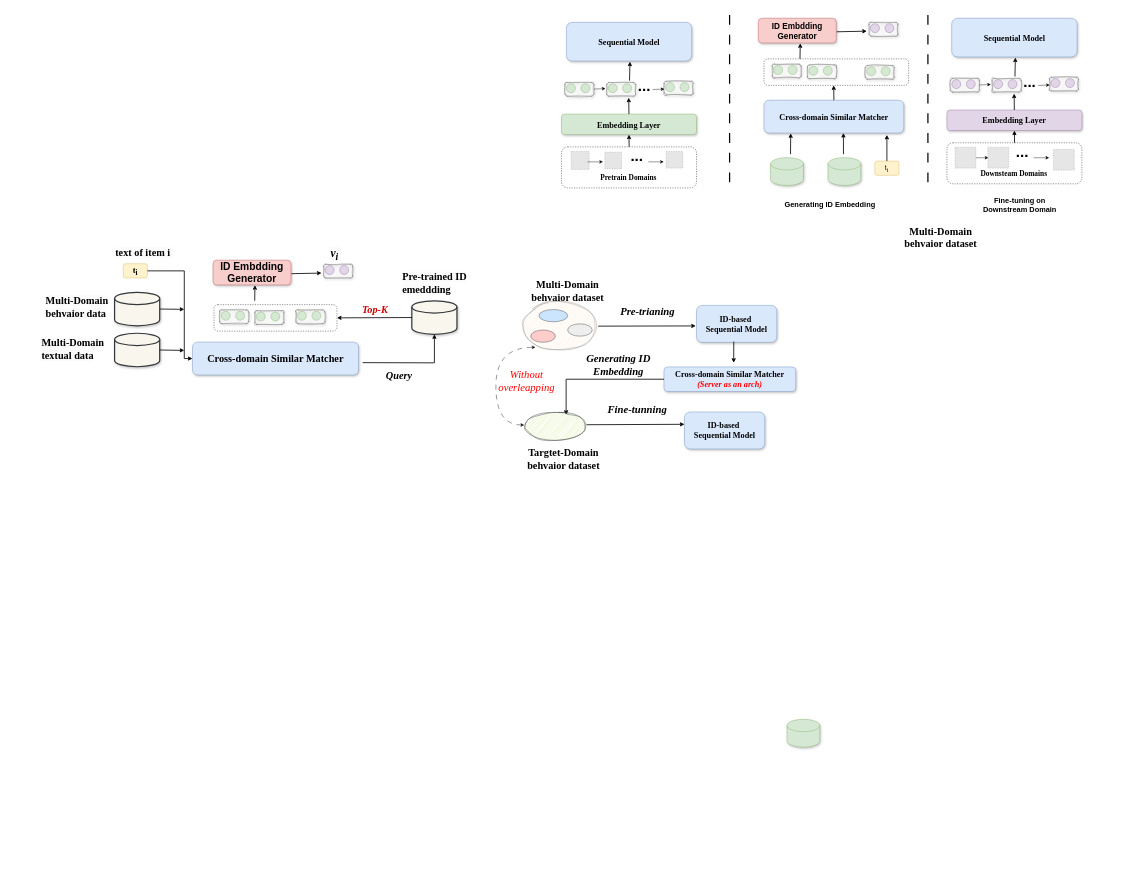
BAWWH/baoyan-blog keeps this draw.io diagram as 未.drawio. Above is the earlier version. Source tidied: cells renumbered, new cells numbered last; positions are measured from the earlier drawing's top-left corner, leaving out a move shared by most shapes. Both pictures are drawn from the tidied source at 41%, with x=0, y=0 at pixel (41, 7). Pictures stored in the file or linked from it are replaced by grey dashed boxes.
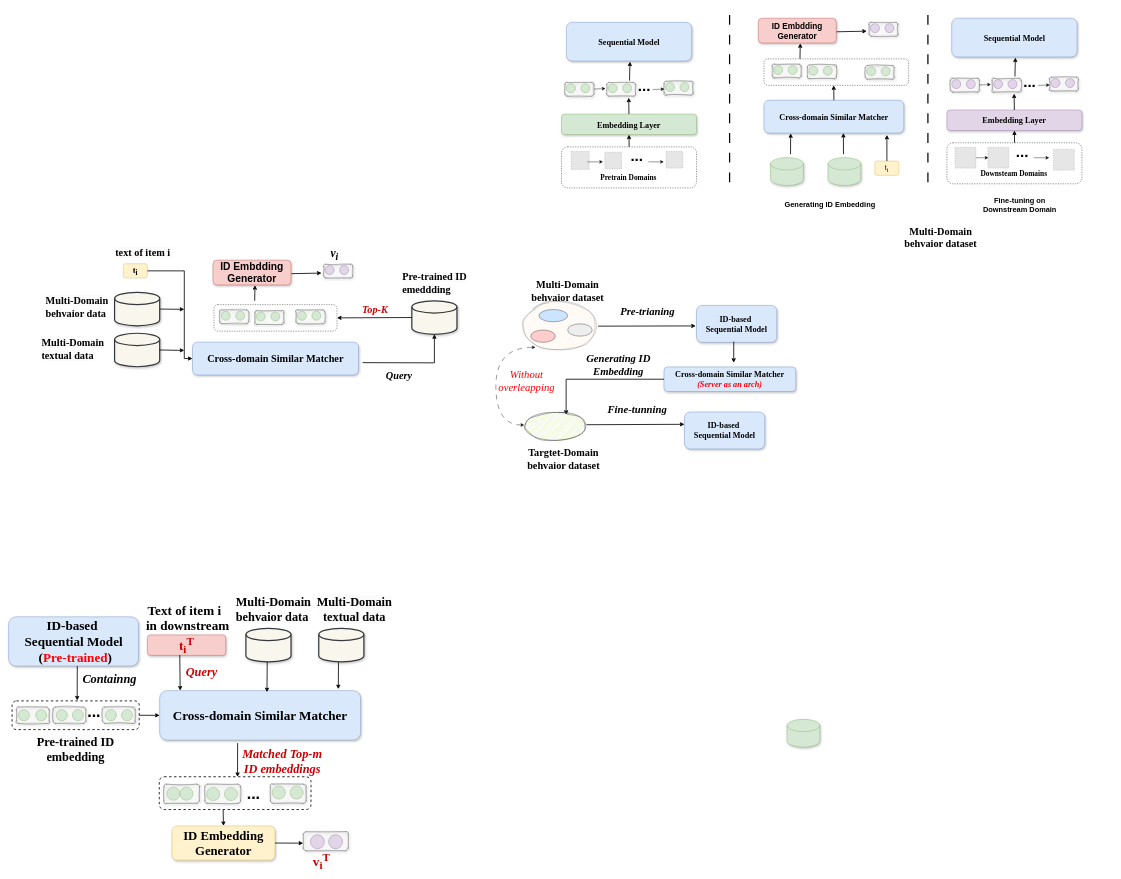
Above is the later version.

Unchanged cells that the change refers to:
```xml
<mxCell id="123" style="group;" parent="1" vertex="1">
  <mxGeometry x="690" y="626" width="70.6" height="33.6" as="geometry" />
</mxCell>
```

The edit, as a diff of the source:
```diff
@@
+    <mxCell id="162" style="rounded=1;whiteSpace=wrap;html=1;dashed=1;strokeWidth=2;" parent="1" vertex="1">
+      <mxGeometry x="-70" y="1691" width="310" height="70" as="geometry" />
+    </mxCell>
+    <mxCell id="163" style="rounded=1;whiteSpace=wrap;html=1;fillColor=#f5f5f5;fontColor=#333333;strokeColor=#666666;opacity=80;strokeWidth=1;sketch=1;curveFitting=1;jiggle=2;glass=0;shadow=1;" parent="1" vertex="1">
+      <mxGeometry x="150" y="1706" width="80" height="40" as="geometry" />
+    </mxCell>
+    <mxCell id="164" style="group;" parent="1" vertex="1">
+      <mxGeometry x="150" y="1706" width="80" height="40" as="geometry" />
+    </mxCell>
+    <mxCell id="165" style="ellipse;whiteSpace=wrap;html=1;fillColor=#d5e8d4;strokeColor=#82b366;" parent="164" vertex="1">
+      <mxGeometry x="47" y="6.5" width="27" height="27" as="geometry" />
+    </mxCell>
+    <mxCell id="166" style="ellipse;whiteSpace=wrap;html=1;fillColor=#d5e8d4;strokeColor=#82b366;" parent="164" vertex="1">
+      <mxGeometry x="7.6" y="6.5" width="27" height="27" as="geometry" />
+    </mxCell>
+    <mxCell id="167" style="rounded=1;whiteSpace=wrap;html=1;fillColor=#f5f5f5;fontColor=#333333;strokeColor=#666666;opacity=80;strokeWidth=1;sketch=1;curveFitting=1;jiggle=2;glass=0;shadow=1;" parent="1" vertex="1">
+      <mxGeometry x="30" y="1706" width="80" height="40" as="geometry" />
+    </mxCell>
@@
+    <mxCell id="168" style="group;" parent="123" vertex="1">
+      <mxGeometry width="70.6" height="33.6" as="geometry" />
+    </mxCell>
-    <mxCell id="124" style="rounded=1;whiteSpace=wrap;html=1;fillColor=#f5f5f5;fontColor=#333333;strokeColor=#666666;opacity=80;strokeWidth=1;sketch=1;curveFitting=1;jiggle=2;glass=0;shadow=1;" parent="123" vertex="1">
+    <mxCell id="124" style="rounded=1;whiteSpace=wrap;html=1;fillColor=#f5f5f5;fontColor=#333333;strokeColor=#666666;opacity=80;strokeWidth=1;sketch=1;curveFitting=1;jiggle=2;glass=0;shadow=1;" parent="168" vertex="1">
       <mxGeometry width="70.6" height="33.6" as="geometry" />
     </mxCell>
-    <mxCell id="125" style="ellipse;whiteSpace=wrap;html=1;fillColor=#e1d5e7;strokeColor=#9673a6;" parent="123" vertex="1">
+    <mxCell id="125" style="ellipse;whiteSpace=wrap;html=1;fillColor=#e1d5e7;strokeColor=#9673a6;" parent="168" vertex="1">
       <mxGeometry x="3.5" y="3.2" width="22" height="22" as="geometry" />
     </mxCell>
-    <mxCell id="126" style="ellipse;whiteSpace=wrap;html=1;fillColor=#e1d5e7;strokeColor=#9673a6;" parent="123" vertex="1">
+    <mxCell id="126" style="ellipse;whiteSpace=wrap;html=1;fillColor=#e1d5e7;strokeColor=#9673a6;" parent="168" vertex="1">
       <mxGeometry x="38.8" y="3.2" width="22" height="22" as="geometry" />
     </mxCell>
@@
+    <mxCell id="169" value="&lt;font style=&quot;font-size: 32px;&quot;&gt;&lt;font style=&quot;font-size: 32px;&quot;&gt;&lt;b style=&quot;&quot;&gt;ID-based&amp;nbsp;&lt;br&gt;Sequential Model&lt;br&gt;&amp;nbsp;(&lt;/b&gt;&lt;/font&gt;&lt;b style=&quot;border-color: var(--border-color);&quot;&gt;&lt;font style=&quot;font-size: 32px;&quot; color=&quot;#ff0000&quot;&gt;Pre-trained&lt;/font&gt;&lt;/b&gt;&lt;/font&gt;&lt;font style=&quot;font-size: 32px;&quot;&gt;&lt;b style=&quot;&quot;&gt;&lt;font style=&quot;font-size: 32px;&quot;&gt;)&lt;/font&gt;&lt;br&gt;&lt;/b&gt;&lt;/font&gt;" style="rounded=1;whiteSpace=wrap;html=1;fillColor=#dae8fc;strokeColor=#6c8ebf;shadow=1;rotation=0;fontFamily=Times New Roman;" parent="1" vertex="1">
+      <mxGeometry x="-78.4" y="1486" width="316.8" height="120" as="geometry" />
+    </mxCell>
+    <mxCell id="170" style="endArrow=classic;html=1;rounded=0;strokeWidth=2;entryX=0.512;entryY=-0.015;entryDx=0;entryDy=0;entryPerimeter=0;" parent="1" edge="1" target="162">
+      <mxGeometry relative="1" as="geometry">
+        <mxPoint x="89" y="1606" as="sourcePoint" />
+      </mxGeometry>
+    </mxCell>
+    <mxCell id="171" value="&lt;div style=&quot;text-align: center;&quot;&gt;&lt;span style=&quot;background-color: initial;&quot;&gt;&lt;font size=&quot;1&quot; style=&quot;&quot; face=&quot;Times New Roman&quot;&gt;&lt;b style=&quot;&quot;&gt;&lt;i style=&quot;font-size: 30px;&quot;&gt;Containng&lt;/i&gt;&lt;/b&gt;&lt;/font&gt;&lt;/span&gt;&lt;/div&gt;" style="text;whiteSpace=wrap;html=1;" parent="1" vertex="1">
+      <mxGeometry x="100" y="1613.6" width="160" height="50" as="geometry" />
+    </mxCell>
+    <mxCell id="172" value="&lt;font size=&quot;1&quot; face=&quot;Times New Roman&quot; style=&quot;&quot;&gt;&lt;b style=&quot;font-size: 32px;&quot;&gt;Cross-domain Similar Matcher&lt;/b&gt;&lt;/font&gt;" style="rounded=1;whiteSpace=wrap;html=1;fillColor=#dae8fc;strokeColor=#6c8ebf;shadow=1;" parent="1" vertex="1">
+      <mxGeometry x="290" y="1666" width="490" height="120.6" as="geometry" />
+    </mxCell>
+    <mxCell id="173" style="endArrow=classic;html=1;rounded=0;strokeWidth=2;entryX=0.516;entryY=0.005;entryDx=0;entryDy=0;entryPerimeter=0;" parent="1" edge="1" target="176">
+      <mxGeometry relative="1" as="geometry">
+        <mxPoint x="480" y="1794" as="sourcePoint" />
+      </mxGeometry>
+    </mxCell>
+    <mxCell id="174" value="&lt;font face=&quot;Times New Roman&quot; size=&quot;1&quot; style=&quot;&quot;&gt;&lt;b style=&quot;font-size: 31px;&quot;&gt;ID Embedding Generator&lt;/b&gt;&lt;/font&gt;" style="rounded=1;whiteSpace=wrap;html=1;shadow=1;fillColor=#fff2cc;strokeColor=#d6b656;" parent="1" vertex="1">
+      <mxGeometry x="320" y="1996" width="251.2" height="83.4" as="geometry" />
+    </mxCell>
+    <mxCell id="175" style="group;" parent="1" vertex="1">
+      <mxGeometry x="290" y="1876" width="370" height="90" as="geometry" />
+    </mxCell>
+    <mxCell id="176" style="rounded=1;whiteSpace=wrap;html=1;dashed=1;strokeWidth=2;" parent="175" vertex="1">
+      <mxGeometry x="-1" width="370" height="80" as="geometry" />
+    </mxCell>
+    <mxCell id="177" style="group;" parent="175" vertex="1">
+      <mxGeometry x="17.3" y="18" width="87" height="46.8" as="geometry" />
+    </mxCell>
+    <mxCell id="178" style="rounded=1;whiteSpace=wrap;html=1;fillColor=#f5f5f5;fontColor=#333333;strokeColor=#666666;opacity=80;strokeWidth=1;sketch=1;curveFitting=1;jiggle=2;glass=0;shadow=1;" parent="177" vertex="1">
+      <mxGeometry x="-7.2" width="87" height="46.8" as="geometry" />
+    </mxCell>
+    <mxCell id="179" style="ellipse;whiteSpace=wrap;html=1;fillColor=#d5e8d4;strokeColor=#82b366;" parent="177" vertex="1">
+      <mxGeometry y="7.4" width="32" height="32" as="geometry" />
+    </mxCell>
+    <mxCell id="180" style="ellipse;whiteSpace=wrap;html=1;fillColor=#d5e8d4;strokeColor=#82b366;" parent="177" vertex="1">
+      <mxGeometry x="32" y="7.4" width="32" height="32" as="geometry" />
+    </mxCell>
+    <mxCell id="181" style="rounded=1;whiteSpace=wrap;html=1;fillColor=#f5f5f5;fontColor=#333333;strokeColor=#666666;opacity=80;strokeWidth=1;sketch=1;curveFitting=1;jiggle=2;glass=0;shadow=1;" parent="175" vertex="1">
+      <mxGeometry x="110" y="18" width="87" height="46.8" as="geometry" />
+    </mxCell>
+    <mxCell id="182" style="group;" parent="175" vertex="1">
+      <mxGeometry x="110" y="21.6" width="87" height="46.8" as="geometry" />
+    </mxCell>
+    <mxCell id="183" style="ellipse;whiteSpace=wrap;html=1;fillColor=#d5e8d4;strokeColor=#82b366;" parent="182" vertex="1">
+      <mxGeometry x="4.4" y="4.5" width="32" height="32" as="geometry" />
+    </mxCell>
+    <mxCell id="184" style="ellipse;whiteSpace=wrap;html=1;fillColor=#d5e8d4;strokeColor=#82b366;" parent="182" vertex="1">
+      <mxGeometry x="47.9" y="4.5" width="32" height="32" as="geometry" />
+    </mxCell>
+    <mxCell id="185" style="group;" parent="175" vertex="1">
+      <mxGeometry x="270" y="18" width="87" height="46.8" as="geometry" />
+    </mxCell>
+    <mxCell id="186" style="rounded=1;whiteSpace=wrap;html=1;fillColor=#f5f5f5;fontColor=#333333;strokeColor=#666666;opacity=80;strokeWidth=1;sketch=1;curveFitting=1;jiggle=2;glass=0;shadow=1;" parent="185" vertex="1">
+      <mxGeometry width="87" height="46.8" as="geometry" />
+    </mxCell>
+    <mxCell id="187" style="ellipse;whiteSpace=wrap;html=1;fillColor=#d5e8d4;strokeColor=#82b366;" parent="185" vertex="1">
+      <mxGeometry x="4.4" y="4.5" width="32" height="32" as="geometry" />
+    </mxCell>
+    <mxCell id="188" style="ellipse;whiteSpace=wrap;html=1;fillColor=#d5e8d4;strokeColor=#82b366;" parent="185" vertex="1">
+      <mxGeometry x="47.9" y="4.5" width="32" height="32" as="geometry" />
+    </mxCell>
+    <mxCell id="189" value="&lt;font size=&quot;1&quot; style=&quot;&quot;&gt;&lt;b style=&quot;font-size: 39px;&quot;&gt;...&lt;/b&gt;&lt;/font&gt;" style="text;strokeColor=none;align=center;fillColor=none;html=1;verticalAlign=middle;whiteSpace=wrap;rounded=0;" parent="175" vertex="1">
+      <mxGeometry x="170" y="30.4" width="117.6" height="22" as="geometry" />
+    </mxCell>
+    <mxCell id="190" value="&lt;div style=&quot;text-align: center;&quot;&gt;&lt;font size=&quot;1&quot; face=&quot;Times New Roman&quot; color=&quot;#cc0000&quot;&gt;&lt;b style=&quot;&quot;&gt;&lt;i style=&quot;font-size: 30px;&quot;&gt;Matched Top-m ID embeddings&lt;/i&gt;&lt;/b&gt;&lt;/font&gt;&lt;/div&gt;" style="text;whiteSpace=wrap;html=1;" parent="1" vertex="1">
+      <mxGeometry x="483.2" y="1796" width="210" height="50" as="geometry" />
+    </mxCell>
+    <mxCell id="191" style="shape=cylinder3;whiteSpace=wrap;html=1;boundedLbl=1;backgroundOutline=1;size=15;shadow=1;strokeWidth=3;fillColor=#f9f7ed;strokeColor=#36393d;" parent="1" vertex="1">
+      <mxGeometry x="500.3" y="1514.2" width="110" height="81.7" as="geometry" />
+    </mxCell>
+    <mxCell id="192" value="&lt;b style=&quot;border-color: var(--border-color); color: rgb(0, 0, 0); font-family: &amp;quot;Times New Roman&amp;quot;; font-style: normal; font-variant-ligatures: normal; font-variant-caps: normal; letter-spacing: normal; orphans: 2; text-align: center; text-indent: 0px; text-transform: none; widows: 2; word-spacing: 0px; -webkit-text-stroke-width: 0px; background-color: rgb(251, 251, 251); text-decoration-thickness: initial; text-decoration-style: initial; text-decoration-color: initial;&quot;&gt;&lt;font style=&quot;font-size: 30px;&quot;&gt;Multi-Domain behvaior data&lt;/font&gt;&lt;/b&gt;" style="text;whiteSpace=wrap;html=1;" parent="1" vertex="1">
+      <mxGeometry x="473.9" y="1426" width="196.1" height="50" as="geometry" />
+    </mxCell>
+    <mxCell id="193" value="&lt;b style=&quot;border-color: var(--border-color); color: rgb(0, 0, 0); font-family: &amp;quot;Times New Roman&amp;quot;; font-size: 30px; font-style: normal; font-variant-ligatures: normal; font-variant-caps: normal; letter-spacing: normal; orphans: 2; text-indent: 0px; text-transform: none; widows: 2; word-spacing: 0px; -webkit-text-stroke-width: 0px; background-color: rgb(251, 251, 251); text-decoration-thickness: initial; text-decoration-style: initial; text-decoration-color: initial;&quot;&gt;Multi-Domain textual data&lt;br&gt;&lt;br&gt;&lt;/b&gt;" style="text;whiteSpace=wrap;html=1;align=center;" parent="1" vertex="1">
+      <mxGeometry x="670" y="1426" width="190" height="50" as="geometry" />
+    </mxCell>
+    <mxCell id="194" style="shape=cylinder3;whiteSpace=wrap;html=1;boundedLbl=1;backgroundOutline=1;size=15;shadow=1;strokeWidth=3;fillColor=#f9f7ed;strokeColor=#36393d;" parent="1" vertex="1">
+      <mxGeometry x="678" y="1514.2" width="110" height="81.7" as="geometry" />
+    </mxCell>
+    <mxCell id="195" style="endArrow=classic;html=1;rounded=0;strokeWidth=2;exitX=0.472;exitY=1.005;exitDx=0;exitDy=0;exitPerimeter=0;entryX=0.534;entryY=0.031;entryDx=0;entryDy=0;entryPerimeter=0;" parent="1" edge="1" source="191" target="172">
+      <mxGeometry relative="1" as="geometry" />
+    </mxCell>
+    <mxCell id="196" style="endArrow=classic;html=1;rounded=0;strokeWidth=2;exitX=0.437;exitY=1.015;exitDx=0;exitDy=0;exitPerimeter=0;entryX=0.889;entryY=-0.03;entryDx=0;entryDy=0;entryPerimeter=0;verticalAlign=middle;" parent="1" edge="1" source="194" target="172">
+      <mxGeometry relative="1" as="geometry" />
+    </mxCell>
+    <mxCell id="197" style="endArrow=classic;html=1;rounded=0;strokeWidth=2;entryX=0;entryY=0.5;entryDx=0;entryDy=0;" parent="1" edge="1" target="172">
+      <mxGeometry relative="1" as="geometry">
+        <mxPoint x="240" y="1726" as="sourcePoint" />
+      </mxGeometry>
+    </mxCell>
+    <mxCell id="198" style="endArrow=classic;html=1;rounded=0;strokeWidth=2;entryX=0.5;entryY=0;entryDx=0;entryDy=0;exitX=0.421;exitY=1.003;exitDx=0;exitDy=0;exitPerimeter=0;" parent="1" edge="1" source="176" target="174">
+      <mxGeometry relative="1" as="geometry" />
+    </mxCell>
+    <mxCell id="199" style="endArrow=classic;html=1;rounded=0;strokeWidth=2;exitX=1;exitY=0.5;exitDx=0;exitDy=0;" parent="1" edge="1" source="174">
+      <mxGeometry relative="1" as="geometry">
+        <mxPoint x="640" y="2038" as="targetPoint" />
+      </mxGeometry>
+    </mxCell>
+    <mxCell id="200" value="&lt;font color=&quot;#cc0000&quot; style=&quot;font-size: 32px;&quot; face=&quot;Times New Roman&quot;&gt;&lt;b style=&quot;&quot;&gt;&lt;span style=&quot;&quot;&gt;t&lt;/span&gt;&lt;span style=&quot;&quot;&gt;&lt;sub&gt;i&lt;/sub&gt;&lt;sup&gt;T&lt;/sup&gt;&lt;/span&gt;&lt;/b&gt;&lt;/font&gt;" style="rounded=1;whiteSpace=wrap;html=1;fillColor=#f8cecc;strokeColor=#b85450;shadow=1;glass=0;gradientDirection=north;" parent="1" vertex="1">
+      <mxGeometry x="260" y="1530" width="191.2" height="50" as="geometry" />
+    </mxCell>
+    <mxCell id="201" value="&lt;div style=&quot;text-align: center;&quot;&gt;&lt;b style=&quot;border-color: var(--border-color);&quot;&gt;&lt;font style=&quot;font-size: 32px;&quot;&gt;Text of item i&amp;nbsp;&lt;/font&gt;&lt;/b&gt;&lt;/div&gt;&lt;b style=&quot;border-color: var(--border-color); color: rgb(0, 0, 0); font-style: normal; font-variant-ligatures: normal; font-variant-caps: normal; letter-spacing: normal; orphans: 2; text-indent: 0px; text-transform: none; widows: 2; word-spacing: 0px; -webkit-text-stroke-width: 0px; background-color: rgb(251, 251, 251); text-decoration-thickness: initial; text-decoration-style: initial; text-decoration-color: initial;&quot;&gt;&lt;div style=&quot;text-align: center;&quot;&gt;&lt;b style=&quot;border-color: var(--border-color);&quot;&gt;&lt;font style=&quot;font-size: 32px;&quot;&gt;&amp;nbsp;in downstream&lt;/font&gt;&lt;/b&gt;&lt;/div&gt;&lt;/b&gt;" style="text;whiteSpace=wrap;html=1;fontFamily=Times New Roman;" parent="1" vertex="1">
+      <mxGeometry x="246.8" y="1444.2" width="324.4" height="70" as="geometry" />
+    </mxCell>
+    <mxCell id="202" style="endArrow=classic;html=1;rounded=0;strokeWidth=2;exitX=0.413;exitY=0.984;exitDx=0;exitDy=0;exitPerimeter=0;entryX=0.102;entryY=-0.002;entryDx=0;entryDy=0;entryPerimeter=0;" parent="1" edge="1" source="200" target="172">
+      <mxGeometry relative="1" as="geometry" />
+    </mxCell>
+    <mxCell id="203" value="&lt;div style=&quot;text-align: center;&quot;&gt;&lt;span style=&quot;background-color: initial;&quot;&gt;&lt;font size=&quot;1&quot; style=&quot;&quot; color=&quot;#cc0000&quot; face=&quot;Times New Roman&quot;&gt;&lt;b style=&quot;&quot;&gt;&lt;i style=&quot;font-size: 30px;&quot;&gt;Query&lt;/i&gt;&lt;/b&gt;&lt;/font&gt;&lt;/span&gt;&lt;/div&gt;" style="text;whiteSpace=wrap;html=1;" parent="1" vertex="1">
+      <mxGeometry x="352.2" y="1596" width="160" height="50" as="geometry" />
+    </mxCell>
+    <mxCell id="204" style="group;" parent="1" vertex="1">
+      <mxGeometry x="640" y="2010" width="110" height="82" as="geometry" />
+    </mxCell>
+    <mxCell id="205" style="rounded=1;whiteSpace=wrap;html=1;fillColor=#f5f5f5;fontColor=#333333;strokeColor=#666666;opacity=80;strokeWidth=1;sketch=1;curveFitting=1;jiggle=2;glass=0;shadow=1;" parent="204" vertex="1">
+      <mxGeometry width="110" height="46.7" as="geometry" />
+    </mxCell>
+    <mxCell id="206" style="ellipse;whiteSpace=wrap;html=1;fillColor=#e1d5e7;strokeColor=#9673a6;perimeterSpacing=1;" parent="204" vertex="1">
+      <mxGeometry x="62" y="7.5" width="34" height="34" as="geometry" />
+    </mxCell>
+    <mxCell id="207" style="ellipse;whiteSpace=wrap;html=1;fillColor=#e1d5e7;strokeColor=#9673a6;" parent="204" vertex="1">
+      <mxGeometry x="17.7" y="7.5" width="34" height="34" as="geometry" />
+    </mxCell>
+    <mxCell id="208" value="&lt;b style=&quot;border-color: var(--border-color); font-family: &amp;quot;Times New Roman&amp;quot;; font-style: normal; font-variant-ligatures: normal; font-variant-caps: normal; letter-spacing: normal; orphans: 2; text-align: center; text-indent: 0px; text-transform: none; widows: 2; word-spacing: 0px; -webkit-text-stroke-width: 0px; background-color: rgb(251, 251, 251); text-decoration-thickness: initial; text-decoration-style: initial; text-decoration-color: initial; font-size: 32px;&quot;&gt;&lt;font style=&quot;font-size: 32px;&quot; color=&quot;#cc0000&quot;&gt;&lt;span style=&quot;border-color: var(--border-color);&quot;&gt;v&lt;/span&gt;&lt;span style=&quot;border-color: var(--border-color);&quot;&gt;&lt;sub style=&quot;border-color: var(--border-color);&quot;&gt;i&lt;/sub&gt;&lt;sup style=&quot;border-color: var(--border-color);&quot;&gt;T&amp;nbsp;&lt;/sup&gt;&lt;/span&gt;&lt;/font&gt;&lt;/b&gt;" style="text;whiteSpace=wrap;html=1;" parent="204" vertex="1">
+      <mxGeometry x="22.3" y="39.3" width="70" height="42.7" as="geometry" />
+    </mxCell>
+    <mxCell id="209" style="group;" parent="1" vertex="1">
+      <mxGeometry x="-59.6" y="1706" width="80" height="40" as="geometry" />
+    </mxCell>
+    <mxCell id="210" style="rounded=1;whiteSpace=wrap;html=1;fillColor=#f5f5f5;fontColor=#333333;strokeColor=#666666;opacity=80;strokeWidth=1;sketch=1;curveFitting=1;jiggle=2;glass=0;shadow=1;" parent="209" vertex="1">
+      <mxGeometry width="80" height="40" as="geometry" />
+    </mxCell>
+    <mxCell id="211" style="ellipse;whiteSpace=wrap;html=1;fillColor=#d5e8d4;strokeColor=#82b366;" parent="209" vertex="1">
+      <mxGeometry x="5" y="6.5" width="27" height="27" as="geometry" />
+    </mxCell>
+    <mxCell id="212" style="ellipse;whiteSpace=wrap;html=1;fillColor=#d5e8d4;strokeColor=#82b366;" parent="209" vertex="1">
+      <mxGeometry x="47" y="6.5" width="27" height="27" as="geometry" />
+    </mxCell>
+    <mxCell id="213" value="&lt;b style=&quot;border-color: var(--border-color); color: rgb(0, 0, 0); font-family: &amp;quot;Times New Roman&amp;quot;; font-size: 30px; font-style: normal; font-variant-ligatures: normal; font-variant-caps: normal; letter-spacing: normal; orphans: 2; text-indent: 0px; text-transform: none; widows: 2; word-spacing: 0px; -webkit-text-stroke-width: 0px; background-color: rgb(251, 251, 251); text-decoration-thickness: initial; text-decoration-style: initial; text-decoration-color: initial;&quot;&gt;Pre-trained ID &lt;br&gt;embedding&lt;br&gt;&lt;br&gt;&lt;/b&gt;" style="text;whiteSpace=wrap;html=1;align=center;" parent="1" vertex="1">
+      <mxGeometry x="-70" y="1766" width="310" height="50" as="geometry" />
+    </mxCell>
+    <mxCell id="214" value="&lt;font size=&quot;1&quot; style=&quot;&quot;&gt;&lt;b style=&quot;font-size: 39px;&quot;&gt;...&lt;/b&gt;&lt;/font&gt;" style="text;strokeColor=none;align=center;fillColor=none;html=1;verticalAlign=middle;whiteSpace=wrap;rounded=0;" parent="1" vertex="1">
+      <mxGeometry x="71.4" y="1706" width="117.6" height="22" as="geometry" />
+    </mxCell>
+    <mxCell id="215" style="group;" parent="1" vertex="1">
+      <mxGeometry x="30" y="1706" width="80" height="40" as="geometry" />
+    </mxCell>
+    <mxCell id="216" style="ellipse;whiteSpace=wrap;html=1;fillColor=#d5e8d4;strokeColor=#82b366;" parent="215" vertex="1">
+      <mxGeometry x="47" y="6.5" width="27" height="27" as="geometry" />
+    </mxCell>
+    <mxCell id="217" style="ellipse;whiteSpace=wrap;html=1;fillColor=#d5e8d4;strokeColor=#82b366;" parent="215" vertex="1">
+      <mxGeometry x="7.6" y="6.5" width="27" height="27" as="geometry" />
+    </mxCell>
```
